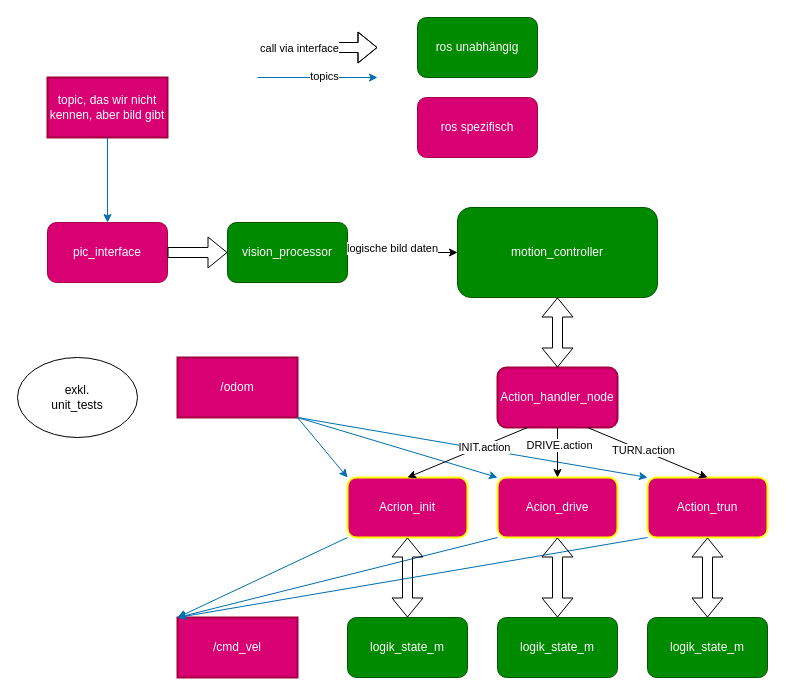
This is page "Seite-1" (1 of 2) of misc/archv1.drawio from derlole/MURI, a draw.io file, before an edit. Source tidied: cells renumbered, new cells numbered last; positions are measured from the earlier drawing's top-left corner, leaving out a move shared by most shapes. Both pictures are drawn from the tidied source at 100%, with x=0, y=0 at pixel (17, 17).
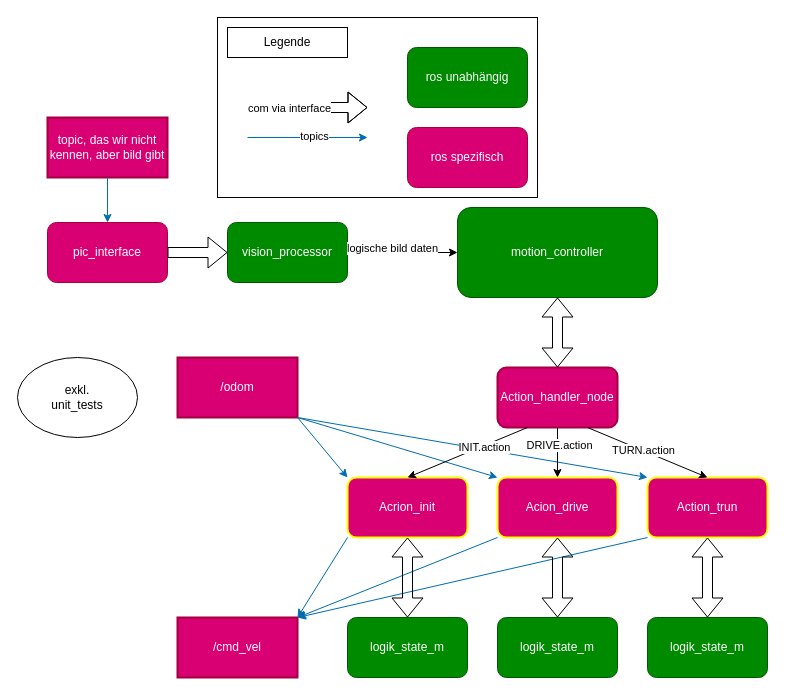
The same page after the edit.

Unchanged cells that the change refers to:
```xml
<mxCell id="4" value="Acion_drive" style="rounded=1;whiteSpace=wrap;html=1;fillColor=#d80073;fontColor=#ffffff;strokeColor=#FFFF00;strokeWidth=2;" parent="1" vertex="1">
  <mxGeometry x="480" y="460" width="120" height="60" as="geometry" />
</mxCell>
<mxCell id="5" value="Acrion_init" style="rounded=1;whiteSpace=wrap;html=1;fillColor=#d80073;fontColor=#ffffff;strokeColor=#FFFF00;strokeWidth=2;" parent="1" vertex="1">
  <mxGeometry x="330" y="460" width="120" height="60" as="geometry" />
</mxCell>
<mxCell id="6" value="Action_trun" style="rounded=1;whiteSpace=wrap;html=1;fillColor=#d80073;fontColor=#ffffff;strokeColor=#FFFF00;strokeWidth=2;" parent="1" vertex="1">
  <mxGeometry x="630" y="460" width="120" height="60" as="geometry" />
</mxCell>
<mxCell id="7" value="/cmd_vel" style="rounded=0;whiteSpace=wrap;html=1;fillColor=#d80073;fontColor=#ffffff;strokeColor=light-dark(#A50040, #00eeff);strokeWidth=2;" parent="1" vertex="1">
  <mxGeometry x="160" y="600" width="120" height="60" as="geometry" />
</mxCell>
```

Change to the diagram source:
```diff
@@
-    <mxCell id="9" style="endArrow=classic;html=1;rounded=0;entryX=0;entryY=0;entryDx=0;entryDy=0;exitX=0;exitY=1;exitDx=0;exitDy=0;fillColor=#1ba1e2;strokeColor=#006EAF;" parent="1" edge="1" source="4" target="7">
+    <mxCell id="9" style="endArrow=classic;html=1;rounded=0;entryX=1;entryY=0;entryDx=0;entryDy=0;exitX=0;exitY=1;exitDx=0;exitDy=0;fillColor=#1ba1e2;strokeColor=#006EAF;" parent="1" edge="1" source="4" target="7">
       <mxGeometry relative="1" as="geometry" />
     </mxCell>
-    <mxCell id="10" style="endArrow=classic;html=1;rounded=0;entryX=0;entryY=0;entryDx=0;entryDy=0;exitX=0;exitY=1;exitDx=0;exitDy=0;fillColor=#1ba1e2;strokeColor=#006EAF;" parent="1" edge="1" source="5" target="7">
+    <mxCell id="10" style="endArrow=classic;html=1;rounded=0;entryX=1;entryY=0;entryDx=0;entryDy=0;exitX=0;exitY=1;exitDx=0;exitDy=0;fillColor=#1ba1e2;strokeColor=#006EAF;" parent="1" edge="1" source="5" target="7">
       <mxGeometry relative="1" as="geometry" />
     </mxCell>
-    <mxCell id="11" style="endArrow=classic;html=1;rounded=0;entryX=0;entryY=0;entryDx=0;entryDy=0;exitX=0;exitY=1;exitDx=0;exitDy=0;fillColor=#1ba1e2;strokeColor=#006EAF;" parent="1" edge="1" source="6" target="7">
+    <mxCell id="11" style="endArrow=classic;html=1;rounded=0;entryX=1;entryY=0;entryDx=0;entryDy=0;exitX=0;exitY=1;exitDx=0;exitDy=0;fillColor=#1ba1e2;strokeColor=#006EAF;" parent="1" edge="1" source="6" target="7">
       <mxGeometry relative="1" as="geometry" />
     </mxCell>
@@
     <mxCell id="15" style="shape=flexArrow;endArrow=classic;html=1;rounded=0;" parent="1" edge="1">
       <mxGeometry relative="1" as="geometry">
-        <mxPoint x="250" y="30" as="sourcePoint" />
-        <mxPoint x="360" y="30" as="targetPoint" />
+        <mxPoint x="240" y="90" as="sourcePoint" />
+        <mxPoint x="350" y="90" as="targetPoint" />
         <Array as="points">
-          <mxPoint x="280" y="30" />
+          <mxPoint x="270" y="90" />
+          <mxPoint x="300" y="90" />
         </Array>
       </mxGeometry>
     </mxCell>
-    <mxCell id="16" value="call via interface" style="edgeLabel;html=1;align=center;verticalAlign=middle;" parent="15" vertex="1">
+    <mxCell id="16" value="com via interface" style="edgeLabel;html=1;align=center;verticalAlign=middle;" parent="15" vertex="1">
       <mxGeometry x="-0.44" relative="1" as="geometry" />
     </mxCell>
     <mxCell id="17" value="topic, das wir nicht kennen, aber bild gibt" style="rounded=0;whiteSpace=wrap;html=1;fillColor=#d80073;fontColor=#ffffff;strokeColor=light-dark(#A50040, #00eeff);strokeWidth=2;" parent="1" vertex="1">
-      <mxGeometry x="30" y="60" width="120" height="60" as="geometry" />
+      <mxGeometry x="30" y="100" width="120" height="60" as="geometry" />
     </mxCell>
@@
     <mxCell id="31" style="endArrow=classic;html=1;rounded=0;fillColor=#1ba1e2;strokeColor=#006EAF;" parent="1" edge="1">
       <mxGeometry relative="1" as="geometry">
-        <mxPoint x="240" y="60" as="sourcePoint" />
-        <mxPoint x="360" y="60" as="targetPoint" />
+        <mxPoint x="230" y="120" as="sourcePoint" />
+        <mxPoint x="350" y="120" as="targetPoint" />
       </mxGeometry>
     </mxCell>
@@
     <mxCell id="33" value="ros spezifisch" style="rounded=1;whiteSpace=wrap;html=1;fillColor=#d80073;fontColor=#ffffff;strokeColor=#A50040;" parent="1" vertex="1">
-      <mxGeometry x="400" y="80" width="120" height="60" as="geometry" />
+      <mxGeometry x="390" y="110" width="120" height="60" as="geometry" />
     </mxCell>
     <mxCell id="34" value="ros unabhängig" style="rounded=1;whiteSpace=wrap;html=1;fillColor=#008a00;fontColor=#ffffff;strokeColor=#005700;" parent="1" vertex="1">
-      <mxGeometry x="400" width="120" height="60" as="geometry" />
+      <mxGeometry x="390" y="30" width="120" height="60" as="geometry" />
     </mxCell>
@@
+    <mxCell id="43" style="rounded=0;whiteSpace=wrap;html=1;fillColor=none;" parent="1" vertex="1">
+      <mxGeometry x="200" width="320" height="180" as="geometry" />
+    </mxCell>
+    <mxCell id="44" value="Legende" style="rounded=0;whiteSpace=wrap;html=1;" parent="1" vertex="1">
+      <mxGeometry x="210" y="10" width="120" height="30" as="geometry" />
+    </mxCell>
```
